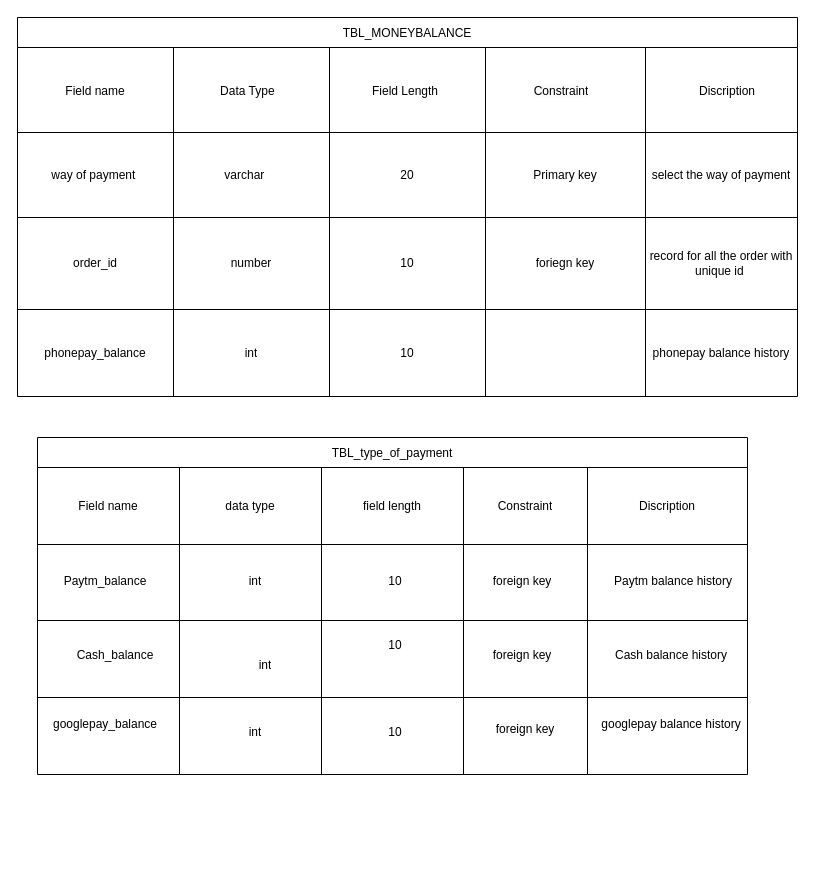
The draw.io diagram tblmoney balance.drawio in Pandya-Mihir/Pandya-Mihir, before the edit. Source tidied: cells renumbered, new cells numbered last; positions are measured from the earlier drawing's top-left corner, leaving out a move shared by most shapes. Both pictures are drawn from the tidied source at 100%, with x=0, y=0 at pixel (17, 17).
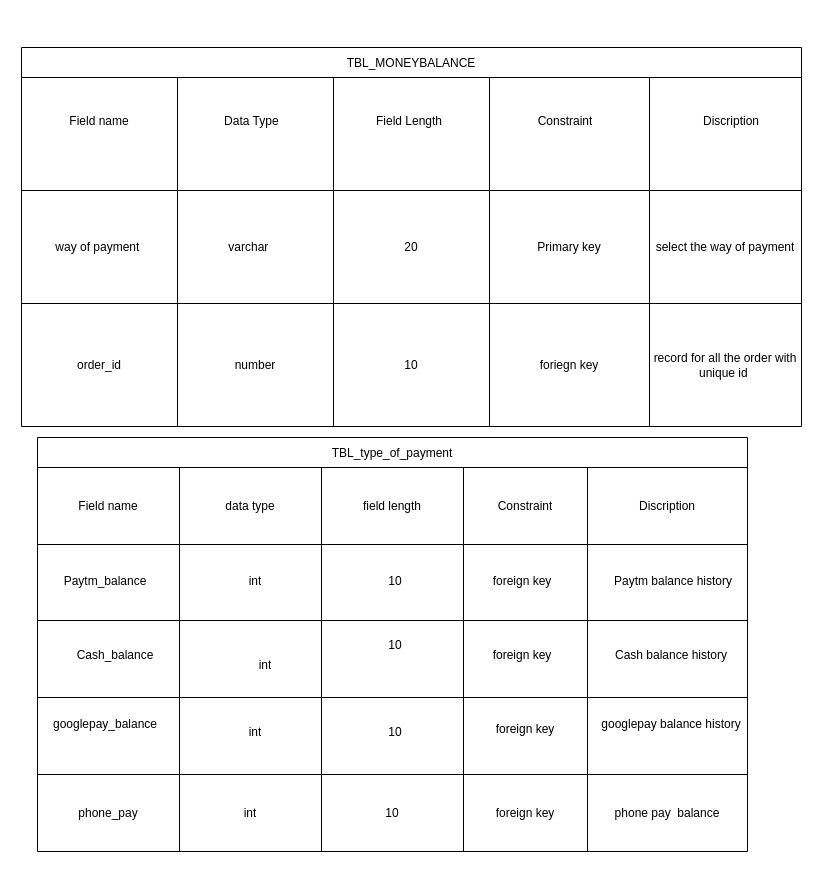
Above is the later version.

What changed in the source:
```diff
@@
     <mxCell id="2" value="TBL_MONEYBALANCE" style="shape=table;startSize=30;childLayout=tableLayout;" parent="1" vertex="1">
-      <mxGeometry width="780" height="379" as="geometry" />
+      <mxGeometry x="4" y="30" width="780" height="379" as="geometry" />
     </mxCell>
     <mxCell id="3" style="shape=tableRow;horizontal=0;startSize=0;swimlaneHead=0;swimlaneBody=0;strokeColor=inherit;top=0;left=0;bottom=0;right=0;fillColor=none;" parent="2" vertex="1">
-      <mxGeometry y="30" width="780" height="85" as="geometry" />
+      <mxGeometry y="30" width="780" height="113" as="geometry" />
     </mxCell>
     <mxCell id="4" style="shape=partialRectangle;html=1;whiteSpace=wrap;strokeColor=inherit;overflow=hidden;fillColor=none;top=0;left=0;bottom=0;right=0;" parent="3" vertex="1">
-      <mxGeometry width="156" height="85" as="geometry" />
+      <mxGeometry width="156" height="113" as="geometry" />
     </mxCell>
     <mxCell id="5" style="shape=partialRectangle;html=1;whiteSpace=wrap;strokeColor=inherit;overflow=hidden;fillColor=none;top=0;left=0;bottom=0;right=0;" parent="3" vertex="1">
-      <mxGeometry x="156" width="156" height="85" as="geometry" />
+      <mxGeometry x="156" width="156" height="113" as="geometry" />
     </mxCell>
     <mxCell id="6" style="shape=partialRectangle;html=1;whiteSpace=wrap;strokeColor=inherit;overflow=hidden;fillColor=none;top=0;left=0;bottom=0;right=0;" parent="3" vertex="1">
-      <mxGeometry x="312" width="156" height="85" as="geometry" />
+      <mxGeometry x="312" width="156" height="113" as="geometry" />
     </mxCell>
     <mxCell id="7" style="shape=partialRectangle;html=1;whiteSpace=wrap;strokeColor=inherit;overflow=hidden;fillColor=none;top=0;left=0;bottom=0;right=0;" parent="3" vertex="1">
-      <mxGeometry x="468" width="160" height="85" as="geometry" />
+      <mxGeometry x="468" width="160" height="113" as="geometry" />
     </mxCell>
     <mxCell id="8" style="shape=partialRectangle;html=1;whiteSpace=wrap;strokeColor=inherit;overflow=hidden;fillColor=none;top=0;left=0;bottom=0;right=0;" parent="3" vertex="1">
-      <mxGeometry x="628" width="152" height="85" as="geometry" />
+      <mxGeometry x="628" width="152" height="113" as="geometry" />
     </mxCell>
     <mxCell id="9" style="shape=tableRow;horizontal=0;startSize=0;swimlaneHead=0;swimlaneBody=0;strokeColor=inherit;top=0;left=0;bottom=0;right=0;fillColor=none;" parent="2" vertex="1">
-      <mxGeometry y="115" width="780" height="85" as="geometry" />
+      <mxGeometry y="143" width="780" height="113" as="geometry" />
     </mxCell>
     <mxCell id="10" value="way of payment&amp;nbsp;" style="shape=partialRectangle;html=1;whiteSpace=wrap;strokeColor=inherit;overflow=hidden;fillColor=none;top=0;left=0;bottom=0;right=0;" parent="9" vertex="1">
-      <mxGeometry width="156" height="85" as="geometry" />
+      <mxGeometry width="156" height="113" as="geometry" />
     </mxCell>
     <mxCell id="11" value="varchar&lt;span style=&quot;white-space: pre;&quot;&gt;&#9;&lt;/span&gt;" style="shape=partialRectangle;html=1;whiteSpace=wrap;strokeColor=inherit;overflow=hidden;fillColor=none;top=0;left=0;bottom=0;right=0;" parent="9" vertex="1">
-      <mxGeometry x="156" width="156" height="85" as="geometry" />
+      <mxGeometry x="156" width="156" height="113" as="geometry" />
     </mxCell>
     <mxCell id="12" value="20" style="shape=partialRectangle;html=1;whiteSpace=wrap;strokeColor=inherit;overflow=hidden;fillColor=none;top=0;left=0;bottom=0;right=0;" parent="9" vertex="1">
-      <mxGeometry x="312" width="156" height="85" as="geometry" />
+      <mxGeometry x="312" width="156" height="113" as="geometry" />
     </mxCell>
     <mxCell id="13" value="Primary key" style="shape=partialRectangle;html=1;whiteSpace=wrap;strokeColor=inherit;overflow=hidden;fillColor=none;top=0;left=0;bottom=0;right=0;" parent="9" vertex="1">
-      <mxGeometry x="468" width="160" height="85" as="geometry" />
+      <mxGeometry x="468" width="160" height="113" as="geometry" />
     </mxCell>
     <mxCell id="14" value="select the way of payment" style="shape=partialRectangle;html=1;whiteSpace=wrap;strokeColor=inherit;overflow=hidden;fillColor=none;top=0;left=0;bottom=0;right=0;" parent="9" vertex="1">
-      <mxGeometry x="628" width="152" height="85" as="geometry" />
+      <mxGeometry x="628" width="152" height="113" as="geometry" />
     </mxCell>
     <mxCell id="15" style="shape=tableRow;horizontal=0;startSize=0;swimlaneHead=0;swimlaneBody=0;strokeColor=inherit;top=0;left=0;bottom=0;right=0;fillColor=none;" parent="2" vertex="1">
-      <mxGeometry y="200" width="780" height="92" as="geometry" />
+      <mxGeometry y="256" width="780" height="123" as="geometry" />
     </mxCell>
     <mxCell id="16" value="order_id" style="shape=partialRectangle;html=1;whiteSpace=wrap;strokeColor=inherit;overflow=hidden;fillColor=none;top=0;left=0;bottom=0;right=0;" parent="15" vertex="1">
-      <mxGeometry width="156" height="92" as="geometry" />
+      <mxGeometry width="156" height="123" as="geometry" />
     </mxCell>
     <mxCell id="17" value="number" style="shape=partialRectangle;html=1;whiteSpace=wrap;strokeColor=inherit;overflow=hidden;fillColor=none;top=0;left=0;bottom=0;right=0;" parent="15" vertex="1">
-      <mxGeometry x="156" width="156" height="92" as="geometry" />
+      <mxGeometry x="156" width="156" height="123" as="geometry" />
     </mxCell>
     <mxCell id="18" value="10" style="shape=partialRectangle;html=1;whiteSpace=wrap;strokeColor=inherit;overflow=hidden;fillColor=none;top=0;left=0;bottom=0;right=0;" parent="15" vertex="1">
-      <mxGeometry x="312" width="156" height="92" as="geometry" />
+      <mxGeometry x="312" width="156" height="123" as="geometry" />
     </mxCell>
     <mxCell id="19" value="foriegn key" style="shape=partialRectangle;html=1;whiteSpace=wrap;strokeColor=inherit;overflow=hidden;fillColor=none;top=0;left=0;bottom=0;right=0;" parent="15" vertex="1">
-      <mxGeometry x="468" width="160" height="92" as="geometry" />
+      <mxGeometry x="468" width="160" height="123" as="geometry" />
     </mxCell>
     <mxCell id="20" value="record for all the order with unique id&amp;nbsp;" style="shape=partialRectangle;html=1;whiteSpace=wrap;strokeColor=inherit;overflow=hidden;fillColor=none;top=0;left=0;bottom=0;right=0;" parent="15" vertex="1">
-      <mxGeometry x="628" width="152" height="92" as="geometry" />
+      <mxGeometry x="628" width="152" height="123" as="geometry" />
     </mxCell>
-    <mxCell id="21" style="shape=tableRow;horizontal=0;startSize=0;swimlaneHead=0;swimlaneBody=0;strokeColor=inherit;top=0;left=0;bottom=0;right=0;fillColor=none;" parent="2" vertex="1">
-      <mxGeometry y="292" width="780" height="87" as="geometry" />
-    </mxCell>
-    <mxCell id="22" value="phonepay_balance" style="shape=partialRectangle;html=1;whiteSpace=wrap;strokeColor=inherit;overflow=hidden;fillColor=none;top=0;left=0;bottom=0;right=0;" parent="21" vertex="1">
-      <mxGeometry width="156" height="87" as="geometry" />
-    </mxCell>
-    <mxCell id="23" value="int" style="shape=partialRectangle;html=1;whiteSpace=wrap;strokeColor=inherit;overflow=hidden;fillColor=none;top=0;left=0;bottom=0;right=0;" parent="21" vertex="1">
-      <mxGeometry x="156" width="156" height="87" as="geometry" />
-    </mxCell>
-    <mxCell id="24" value="10" style="shape=partialRectangle;html=1;whiteSpace=wrap;strokeColor=inherit;overflow=hidden;fillColor=none;top=0;left=0;bottom=0;right=0;" parent="21" vertex="1">
-      <mxGeometry x="312" width="156" height="87" as="geometry" />
-    </mxCell>
-    <mxCell id="25" style="shape=partialRectangle;html=1;whiteSpace=wrap;strokeColor=inherit;overflow=hidden;fillColor=none;top=0;left=0;bottom=0;right=0;" parent="21" vertex="1">
-      <mxGeometry x="468" width="160" height="87" as="geometry" />
-    </mxCell>
-    <mxCell id="26" value="phonepay balance history" style="shape=partialRectangle;html=1;whiteSpace=wrap;strokeColor=inherit;overflow=hidden;fillColor=none;top=0;left=0;bottom=0;right=0;" parent="21" vertex="1">
-      <mxGeometry x="628" width="152" height="87" as="geometry" />
-    </mxCell>
     <mxCell id="27" value="Field name" style="shape=partialRectangle;html=1;whiteSpace=wrap;strokeColor=inherit;overflow=hidden;fillColor=none;top=0;left=0;bottom=0;right=0;" parent="1" vertex="1">
-      <mxGeometry x="6" y="50" width="144" height="48" as="geometry" />
+      <mxGeometry x="10" y="80" width="144" height="48" as="geometry" />
     </mxCell>
     <mxCell id="28" value="Data Type&amp;nbsp;" style="shape=partialRectangle;html=1;whiteSpace=wrap;strokeColor=inherit;overflow=hidden;fillColor=none;top=0;left=0;bottom=0;right=0;" parent="1" vertex="1">
-      <mxGeometry x="160" y="50" width="144" height="48" as="geometry" />
+      <mxGeometry x="164" y="80" width="144" height="48" as="geometry" />
     </mxCell>
     <mxCell id="29" value="Field Length" style="shape=partialRectangle;html=1;whiteSpace=wrap;strokeColor=inherit;overflow=hidden;fillColor=none;top=0;left=0;bottom=0;right=0;" parent="1" vertex="1">
-      <mxGeometry x="316" y="50" width="144" height="48" as="geometry" />
+      <mxGeometry x="320" y="80" width="144" height="48" as="geometry" />
     </mxCell>
     <mxCell id="30" value="&#10;&lt;span style=&quot;color: rgb(0, 0, 0); font-family: Helvetica; font-size: 12px; font-style: normal; font-variant-ligatures: normal; font-variant-caps: normal; font-weight: 400; letter-spacing: normal; orphans: 2; text-align: center; text-indent: 0px; text-transform: none; widows: 2; word-spacing: 0px; -webkit-text-stroke-width: 0px; background-color: rgb(251, 251, 251); text-decoration-thickness: initial; text-decoration-style: initial; text-decoration-color: initial; float: none; display: inline !important;&quot;&gt;Constraint&lt;/span&gt;&#10;&#10;" style="shape=partialRectangle;html=1;whiteSpace=wrap;strokeColor=inherit;overflow=hidden;fillColor=none;top=0;left=0;bottom=0;right=0;" parent="1" vertex="1">
-      <mxGeometry x="470" y="50" width="148" height="48" as="geometry" />
+      <mxGeometry x="474" y="80" width="148" height="48" as="geometry" />
     </mxCell>
     <mxCell id="31" value="Discription" style="shape=partialRectangle;html=1;whiteSpace=wrap;strokeColor=inherit;overflow=hidden;fillColor=none;top=0;left=0;bottom=0;right=0;" parent="1" vertex="1">
-      <mxGeometry x="640" y="50" width="140" height="48" as="geometry" />
+      <mxGeometry x="644" y="80" width="140" height="48" as="geometry" />
     </mxCell>
     <mxCell id="32" value="TBL_type_of_payment" style="shape=table;startSize=30;childLayout=tableLayout;" parent="1" vertex="1">
-      <mxGeometry x="20" y="420" width="710" height="337" as="geometry" />
+      <mxGeometry x="20" y="420" width="710" height="414" as="geometry" />
     </mxCell>
@@
+    <mxCell id="75" style="shape=tableRow;horizontal=0;startSize=0;swimlaneHead=0;swimlaneBody=0;strokeColor=inherit;top=0;left=0;bottom=0;right=0;fillColor=none;" parent="32" vertex="1">
+      <mxGeometry y="337" width="710" height="77" as="geometry" />
+    </mxCell>
+    <mxCell id="76" value="phone_pay" style="shape=partialRectangle;html=1;whiteSpace=wrap;strokeColor=inherit;overflow=hidden;fillColor=none;top=0;left=0;bottom=0;right=0;" parent="75" vertex="1">
+      <mxGeometry width="142" height="77" as="geometry" />
+    </mxCell>
+    <mxCell id="23" value="int" style="shape=partialRectangle;html=1;whiteSpace=wrap;strokeColor=inherit;overflow=hidden;fillColor=none;top=0;left=0;bottom=0;right=0;" parent="75" vertex="1">
+      <mxGeometry x="142" width="142" height="77" as="geometry" />
+    </mxCell>
+    <mxCell id="24" value="10" style="shape=partialRectangle;html=1;whiteSpace=wrap;strokeColor=inherit;overflow=hidden;fillColor=none;top=0;left=0;bottom=0;right=0;" parent="75" vertex="1">
+      <mxGeometry x="284" width="142" height="77" as="geometry" />
+    </mxCell>
+    <mxCell id="77" value="foreign key" style="shape=partialRectangle;html=1;whiteSpace=wrap;strokeColor=inherit;overflow=hidden;fillColor=none;top=0;left=0;bottom=0;right=0;" parent="75" vertex="1">
+      <mxGeometry x="426" width="124" height="77" as="geometry" />
+    </mxCell>
+    <mxCell id="78" value="phone pay&amp;nbsp; balance" style="shape=partialRectangle;html=1;whiteSpace=wrap;strokeColor=inherit;overflow=hidden;fillColor=none;top=0;left=0;bottom=0;right=0;" parent="75" vertex="1">
+      <mxGeometry x="550" width="160" height="77" as="geometry" />
+    </mxCell>
@@
     <mxCell id="63" style="shape=tableRow;horizontal=0;startSize=0;swimlaneHead=0;swimlaneBody=0;strokeColor=inherit;top=0;left=0;bottom=0;right=0;fillColor=none;" parent="1" vertex="1">
-      <mxGeometry x="10" y="693" width="780" height="49" as="geometry" />
+      <mxGeometry x="14" y="723" width="780" height="49" as="geometry" />
     </mxCell>
     <mxCell id="64" style="shape=partialRectangle;html=1;whiteSpace=wrap;strokeColor=inherit;overflow=hidden;fillColor=none;top=0;left=0;bottom=0;right=0;" parent="63" vertex="1">
-      <mxGeometry x="478" y="-60" width="160" height="49" as="geometry" />
+      <mxGeometry x="474" y="-90" width="160" height="49" as="geometry" />
     </mxCell>
```
